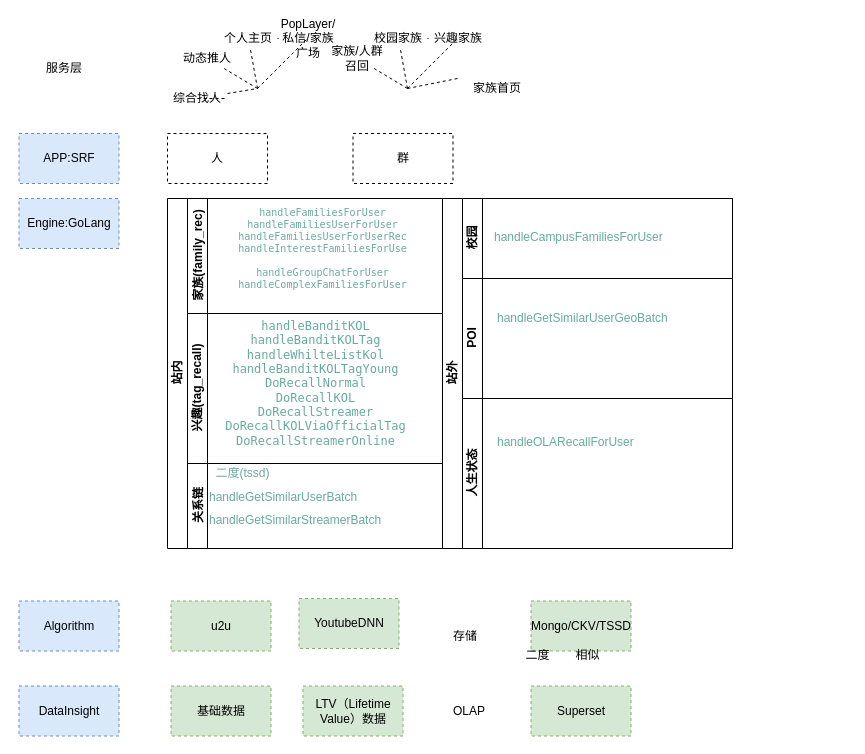
Before: Untitled Diagram.drawio in litaohz/misc, a draw.io diagram. Source tidied: cells renumbered, new cells numbered last; positions are measured from the earlier drawing's top-left corner, leaving out a move shared by most shapes. Both pictures are drawn from the tidied source at 100%, with x=0, y=0 at pixel (19, 28).
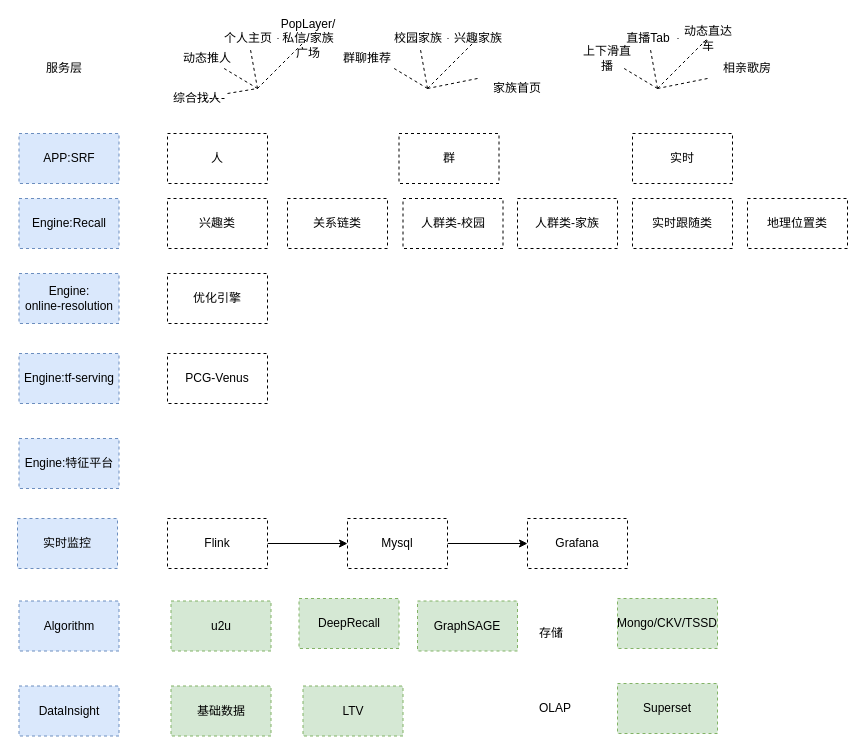
The same diagram, later.

Unchanged cells that the change refers to:
```xml
<mxCell id="21" style="group;" parent="1" vertex="1">
  <mxGeometry x="298" width="171" height="80" as="geometry" />
</mxCell>
```

Diff of the diagram source:
```diff
@@
     <mxCell id="2" value="群" style="rounded=0;whiteSpace=wrap;html=1;dashed=1;" parent="1" vertex="1">
-      <mxGeometry x="333.5" y="105" width="100" height="50" as="geometry" />
+      <mxGeometry x="379.5" y="105" width="100" height="50" as="geometry" />
     </mxCell>
@@
     <mxCell id="4" value="存储" style="text;html=1;align=left;verticalAlign=top;spacingTop=-4;" parent="1" vertex="1">
-      <mxGeometry x="431.5" y="597.5" width="40" height="20" as="geometry" />
+      <mxGeometry x="518" y="595" width="40" height="20" as="geometry" />
     </mxCell>
@@
-    <mxCell id="20" value="YoutubeDNN" style="rounded=0;whiteSpace=wrap;html=1;dashed=1;fillColor=#d5e8d4;strokeColor=#82b366;" parent="1" vertex="1">
+    <mxCell id="20" value="DeepRecall" style="rounded=0;whiteSpace=wrap;html=1;dashed=1;fillColor=#d5e8d4;strokeColor=#82b366;" parent="1" vertex="1">
       <mxGeometry x="279.5" y="570" width="100" height="50" as="geometry" />
     </mxCell>
@@
-    <mxCell id="22" style="endArrow=none;dashed=1;html=1;" parent="21" edge="1" source="27">
-      <mxGeometry relative="1" as="geometry">
-        <mxPoint x="30" y="40" as="targetPoint" />
-      </mxGeometry>
-    </mxCell>
-    <mxCell id="23" style="endArrow=none;dashed=1;html=1;" parent="21" edge="1" source="29">
-      <mxGeometry relative="1" as="geometry">
-        <mxPoint x="110" y="10" as="targetPoint" />
-      </mxGeometry>
-    </mxCell>
-    <mxCell id="24" style="endArrow=none;dashed=1;html=1;" parent="21" edge="1">
-      <mxGeometry relative="1" as="geometry">
-        <mxPoint x="90" y="60" as="sourcePoint" />
-        <mxPoint x="140" y="10" as="targetPoint" />
-      </mxGeometry>
-    </mxCell>
-    <mxCell id="25" style="endArrow=none;dashed=1;html=1;" parent="21" edge="1">
-      <mxGeometry relative="1" as="geometry">
-        <mxPoint x="140" y="50" as="sourcePoint" />
-        <mxPoint x="90" y="60" as="targetPoint" />
-      </mxGeometry>
-    </mxCell>
-    <mxCell id="26" value="兴趣家族" style="text;html=1;strokeColor=none;fillColor=none;align=center;verticalAlign=middle;whiteSpace=wrap;rounded=0;" parent="21" vertex="1">
-      <mxGeometry x="111" width="60" height="20" as="geometry" />
-    </mxCell>
-    <mxCell id="27" value="家族/人群召回" style="text;html=1;strokeColor=none;fillColor=none;align=center;verticalAlign=middle;whiteSpace=wrap;rounded=0;" parent="21" vertex="1">
-      <mxGeometry x="10" y="20" width="60" height="20" as="geometry" />
+    <mxCell id="27" value="群聊推荐" style="text;html=1;strokeColor=none;fillColor=none;align=center;verticalAlign=middle;whiteSpace=wrap;rounded=0;" parent="21" vertex="1">
+      <mxGeometry x="20" y="20" width="60" height="20" as="geometry" />
     </mxCell>
-    <mxCell id="28" style="endArrow=none;dashed=1;html=1;" parent="21" edge="1" target="27">
-      <mxGeometry relative="1" as="geometry">
-        <mxPoint x="90" y="60" as="sourcePoint" />
-      </mxGeometry>
-    </mxCell>
-    <mxCell id="29" value="校园家族" style="text;html=1;strokeColor=none;fillColor=none;align=center;verticalAlign=middle;whiteSpace=wrap;rounded=0;" parent="21" vertex="1">
-      <mxGeometry x="51" width="60" height="20" as="geometry" />
-    </mxCell>
-    <mxCell id="30" style="endArrow=none;dashed=1;html=1;" parent="21" edge="1" target="29">
-      <mxGeometry relative="1" as="geometry">
-        <mxPoint x="90" y="60" as="sourcePoint" />
-      </mxGeometry>
-    </mxCell>
-    <mxCell id="31" value="家族首页" style="text;html=1;strokeColor=none;fillColor=none;align=center;verticalAlign=middle;whiteSpace=wrap;rounded=0;" parent="1" vertex="1">
-      <mxGeometry x="448" y="50" width="60" height="20" as="geometry" />
-    </mxCell>
-    <mxCell id="32" value="LTV（Lifetime Value）数据" style="rounded=0;whiteSpace=wrap;html=1;dashed=1;fillColor=#d5e8d4;strokeColor=#82b366;" parent="1" vertex="1">
+    <mxCell id="32" value="LTV" style="rounded=0;whiteSpace=wrap;html=1;dashed=1;fillColor=#d5e8d4;strokeColor=#82b366;" parent="1" vertex="1">
       <mxGeometry x="283.5" y="657.5" width="100" height="50" as="geometry" />
     </mxCell>
     <mxCell id="33" value="Mongo/CKV/TSSD" style="rounded=0;whiteSpace=wrap;html=1;dashed=1;fillColor=#d5e8d4;strokeColor=#82b366;" parent="1" vertex="1">
-      <mxGeometry x="511.5" y="572.5" width="100" height="50" as="geometry" />
+      <mxGeometry x="598" y="570" width="100" height="50" as="geometry" />
     </mxCell>
     <mxCell id="34" value="OLAP" style="text;html=1;align=left;verticalAlign=top;spacingTop=-4;" parent="1" vertex="1">
-      <mxGeometry x="431.5" y="672.5" width="50" height="20" as="geometry" />
+      <mxGeometry x="518" y="670" width="50" height="20" as="geometry" />
     </mxCell>
     <mxCell id="35" value="Superset" style="rounded=0;whiteSpace=wrap;html=1;dashed=1;fillColor=#d5e8d4;strokeColor=#82b366;" parent="1" vertex="1">
-      <mxGeometry x="511.5" y="657.5" width="100" height="50" as="geometry" />
+      <mxGeometry x="598" y="655" width="100" height="50" as="geometry" />
     </mxCell>
@@
-    <mxCell id="37" value="Engine:GoLang" style="rounded=0;whiteSpace=wrap;html=1;dashed=1;fillColor=#dae8fc;strokeColor=#6c8ebf;" parent="1" vertex="1">
+    <mxCell id="37" value="Engine:Recall" style="rounded=0;whiteSpace=wrap;html=1;dashed=1;fillColor=#dae8fc;strokeColor=#6c8ebf;" parent="1" vertex="1">
       <mxGeometry x="-0.5" y="170" width="100" height="50" as="geometry" />
     </mxCell>
-    <mxCell id="38" value="站内" style="swimlane;html=1;horizontal=0;startSize=20;" parent="1" vertex="1">
-      <mxGeometry x="148" y="170" width="275" height="350" as="geometry" />
-    </mxCell>
-    <mxCell id="39" value="家族(family_rec)" style="swimlane;html=1;startSize=20;horizontal=0;" parent="38" vertex="1">
-      <mxGeometry x="20" width="255" height="115" as="geometry" />
-    </mxCell>
-    <mxCell id="40" value="&lt;pre style=&quot;background-color: rgb(255 , 255 , 255) ; font-family: &amp;#34;menlo&amp;#34; ; font-size: 10px&quot;&gt;&lt;font color=&quot;#67ab9f&quot;&gt;&lt;span style=&quot;font-size: 10px&quot;&gt;handleFamiliesForUser&lt;/span&gt;&lt;span style=&quot;font-size: 10px&quot;&gt;&lt;br style=&quot;font-size: 10px&quot;&gt;&lt;/span&gt;&lt;span style=&quot;font-size: 10px&quot;&gt;handleFamiliesUserForUser&lt;/span&gt;&lt;span style=&quot;font-size: 10px&quot;&gt;&lt;br style=&quot;font-size: 10px&quot;&gt;&lt;/span&gt;&lt;span style=&quot;font-size: 10px&quot;&gt;handleFamiliesUserForUserRec&lt;/span&gt;&lt;span style=&quot;font-size: 10px&quot;&gt;&lt;br style=&quot;font-size: 10px&quot;&gt;&lt;/span&gt;&lt;span style=&quot;font-size: 10px&quot;&gt;handleInterestFamiliesForUse&lt;/span&gt;&lt;span style=&quot;font-size: 10px&quot;&gt;&lt;br style=&quot;font-size: 10px&quot;&gt;&lt;/span&gt;&lt;span style=&quot;font-size: 10px&quot;&gt;&lt;br style=&quot;font-size: 10px&quot;&gt;&lt;/span&gt;&lt;span style=&quot;font-size: 10px&quot;&gt;handleGroupChatForUser&lt;/span&gt;&lt;span style=&quot;font-size: 10px&quot;&gt;&lt;br style=&quot;font-size: 10px&quot;&gt;&lt;/span&gt;&lt;span style=&quot;font-size: 10px&quot;&gt;handleComplexFamiliesForUser&lt;/span&gt;&lt;/font&gt;&lt;/pre&gt;" style="text;html=1;align=center;verticalAlign=middle;" parent="39" vertex="1">
-      <mxGeometry x="24.5" y="-15" width="220" height="130" as="geometry" />
-    </mxCell>
-    <mxCell id="41" value="兴趣(tag_recall)" style="swimlane;html=1;startSize=20;horizontal=0;" parent="38" vertex="1">
-      <mxGeometry x="20" y="115" width="255" height="150" as="geometry" />
-    </mxCell>
-    <mxCell id="42" value="&lt;pre style=&quot;background-color: rgb(255 , 255 , 255) ; font-family: &amp;#34;menlo&amp;#34; ; font-size: 10px&quot;&gt;&lt;pre style=&quot;font-family: &amp;#34;menlo&amp;#34; ; font-size: 10.5pt&quot;&gt;&lt;pre style=&quot;font-family: &amp;#34;menlo&amp;#34; ; font-size: 12px&quot;&gt;&lt;font color=&quot;#67ab9f&quot; style=&quot;font-size: 12px&quot;&gt;handleBanditKOL&lt;br&gt;handleBanditKOLTag&lt;br&gt;handleWhilteListKol&lt;br&gt;handleBanditKOLTagYoung&lt;br&gt;DoRecallNormal&lt;br&gt;DoRecallKOL&lt;br&gt;DoRecallStreamer&lt;br&gt;DoRecallKOLViaOfficialTag&lt;br&gt;DoRecallStreamerOnline&lt;/font&gt;&lt;/pre&gt;&lt;/pre&gt;&lt;/pre&gt;" style="text;html=1;align=center;verticalAlign=middle;" parent="41" vertex="1">
-      <mxGeometry x="27.5" y="-10" width="200" height="160" as="geometry" />
-    </mxCell>
-    <mxCell id="43" value="关系链" style="swimlane;html=1;startSize=20;horizontal=0;" parent="38" vertex="1">
-      <mxGeometry x="20" y="265" width="255" height="85" as="geometry" />
-    </mxCell>
-    <mxCell id="44" value="&lt;font color=&quot;#67ab9f&quot;&gt;二度(tssd)&lt;/font&gt;" style="text;html=1;align=center;verticalAlign=middle;" parent="43" vertex="1">
-      <mxGeometry x="20" width="70" height="20" as="geometry" />
-    </mxCell>
-    <mxCell id="45" value="&lt;font color=&quot;#67ab9f&quot;&gt;handleGetSimilarUserBatch&lt;/font&gt;" style="text;html=1;" parent="43" vertex="1">
-      <mxGeometry x="20" y="20" width="170" height="30" as="geometry" />
-    </mxCell>
-    <mxCell id="46" value="&lt;font color=&quot;#67ab9f&quot;&gt;handleGetSimilarStreamerBatch&lt;/font&gt;" style="text;html=1;" parent="43" vertex="1">
-      <mxGeometry x="20" y="42.5" width="170" height="30" as="geometry" />
-    </mxCell>
-    <mxCell id="47" value="站外" style="swimlane;html=1;horizontal=0;startSize=20;" parent="1" vertex="1">
-      <mxGeometry x="423" y="170" width="290" height="350" as="geometry" />
-    </mxCell>
-    <mxCell id="48" value="校园" style="swimlane;html=1;startSize=20;horizontal=0;" parent="47" vertex="1">
-      <mxGeometry x="20" width="270" height="80" as="geometry" />
-    </mxCell>
-    <mxCell id="49" value="&lt;font color=&quot;#67ab9f&quot;&gt;handleCampusFamiliesForUser&lt;/font&gt;" style="text;html=1;" parent="48" vertex="1">
-      <mxGeometry x="29.5" y="25" width="190" height="30" as="geometry" />
-    </mxCell>
-    <mxCell id="50" value="POI" style="swimlane;html=1;startSize=20;horizontal=0;" parent="47" vertex="1">
-      <mxGeometry x="20" y="80" width="270" height="120" as="geometry" />
-    </mxCell>
-    <mxCell id="51" value="&lt;font color=&quot;#67ab9f&quot;&gt;handleGetSimilarUserGeoBatch&lt;/font&gt;" style="text;html=1;" parent="50" vertex="1">
-      <mxGeometry x="33" y="26" width="200" height="30" as="geometry" />
-    </mxCell>
-    <mxCell id="52" value="人生状态" style="swimlane;html=1;startSize=20;horizontal=0;" parent="47" vertex="1">
-      <mxGeometry x="20" y="200" width="270" height="150" as="geometry" />
-    </mxCell>
-    <mxCell id="53" value="二度" style="text;html=1;align=center;verticalAlign=middle;" parent="52" vertex="1">
-      <mxGeometry x="54.5" y="246.5" width="40" height="20" as="geometry" />
-    </mxCell>
-    <mxCell id="54" value="相似" style="text;html=1;align=center;verticalAlign=middle;" parent="52" vertex="1">
-      <mxGeometry x="104.5" y="246.5" width="40" height="20" as="geometry" />
-    </mxCell>
-    <mxCell id="55" value="&lt;font color=&quot;#67ab9f&quot;&gt;handleOLARecallForUser&lt;/font&gt;" style="text;html=1;" parent="52" vertex="1">
-      <mxGeometry x="33" y="30" width="160" height="30" as="geometry" />
-    </mxCell>
@@
+    <mxCell id="58" value="GraphSAGE" style="rounded=0;whiteSpace=wrap;html=1;dashed=1;fillColor=#d5e8d4;strokeColor=#82b366;" parent="1" vertex="1">
+      <mxGeometry x="398" y="572.5" width="100" height="50" as="geometry" />
+    </mxCell>
+    <mxCell id="59" value="实时" style="rounded=0;whiteSpace=wrap;html=1;dashed=1;" parent="1" vertex="1">
+      <mxGeometry x="613" y="105" width="100" height="50" as="geometry" />
+    </mxCell>
+    <mxCell id="60" value="Engine:tf-serving" style="rounded=0;whiteSpace=wrap;html=1;dashed=1;fillColor=#dae8fc;strokeColor=#6c8ebf;" parent="1" vertex="1">
+      <mxGeometry x="-0.5" y="325" width="100" height="50" as="geometry" />
+    </mxCell>
+    <mxCell id="61" value="Engine:特征平台" style="rounded=0;whiteSpace=wrap;html=1;dashed=1;fillColor=#dae8fc;strokeColor=#6c8ebf;" parent="1" vertex="1">
+      <mxGeometry x="-0.5" y="410" width="100" height="50" as="geometry" />
+    </mxCell>
+    <mxCell id="62" style="group;" parent="1" vertex="1">
+      <mxGeometry x="548" width="171" height="80" as="geometry" />
+    </mxCell>
+    <mxCell id="63" style="endArrow=none;dashed=1;html=1;" parent="62" edge="1" source="68">
+      <mxGeometry relative="1" as="geometry">
+        <mxPoint x="30" y="40" as="targetPoint" />
+      </mxGeometry>
+    </mxCell>
+    <mxCell id="64" style="endArrow=none;dashed=1;html=1;" parent="62" edge="1" source="70">
+      <mxGeometry relative="1" as="geometry">
+        <mxPoint x="110" y="10" as="targetPoint" />
+      </mxGeometry>
+    </mxCell>
+    <mxCell id="65" style="endArrow=none;dashed=1;html=1;" parent="62" edge="1">
+      <mxGeometry relative="1" as="geometry">
+        <mxPoint x="90" y="60" as="sourcePoint" />
+        <mxPoint x="140" y="10" as="targetPoint" />
+      </mxGeometry>
+    </mxCell>
+    <mxCell id="66" style="endArrow=none;dashed=1;html=1;" parent="62" edge="1">
+      <mxGeometry relative="1" as="geometry">
+        <mxPoint x="140" y="50" as="sourcePoint" />
+        <mxPoint x="90" y="60" as="targetPoint" />
+      </mxGeometry>
+    </mxCell>
+    <mxCell id="67" value="动态直达车" style="text;html=1;strokeColor=none;fillColor=none;align=center;verticalAlign=middle;whiteSpace=wrap;rounded=0;" parent="62" vertex="1">
+      <mxGeometry x="111" width="60" height="20" as="geometry" />
+    </mxCell>
+    <mxCell id="68" value="上下滑直播" style="text;html=1;strokeColor=none;fillColor=none;align=center;verticalAlign=middle;whiteSpace=wrap;rounded=0;" parent="62" vertex="1">
+      <mxGeometry x="10" y="20" width="60" height="20" as="geometry" />
+    </mxCell>
+    <mxCell id="69" style="endArrow=none;dashed=1;html=1;" parent="62" edge="1" target="68">
+      <mxGeometry relative="1" as="geometry">
+        <mxPoint x="90" y="60" as="sourcePoint" />
+      </mxGeometry>
+    </mxCell>
+    <mxCell id="70" value="直播Tab" style="text;html=1;strokeColor=none;fillColor=none;align=center;verticalAlign=middle;whiteSpace=wrap;rounded=0;" parent="62" vertex="1">
+      <mxGeometry x="51" width="60" height="20" as="geometry" />
+    </mxCell>
+    <mxCell id="71" style="endArrow=none;dashed=1;html=1;" parent="62" edge="1" target="70">
+      <mxGeometry relative="1" as="geometry">
+        <mxPoint x="90" y="60" as="sourcePoint" />
+      </mxGeometry>
+    </mxCell>
+    <mxCell id="72" value="Engine:&lt;br&gt;online-resolution" style="rounded=0;whiteSpace=wrap;html=1;dashed=1;fillColor=#dae8fc;strokeColor=#6c8ebf;" parent="1" vertex="1">
+      <mxGeometry x="-0.5" y="245" width="100" height="50" as="geometry" />
+    </mxCell>
+    <mxCell id="73" value="实时监控" style="rounded=0;whiteSpace=wrap;html=1;dashed=1;fillColor=#dae8fc;strokeColor=#6c8ebf;" parent="1" vertex="1">
+      <mxGeometry x="-2" y="490" width="100" height="50" as="geometry" />
+    </mxCell>
+    <mxCell id="74" value="相亲歌房" style="text;html=1;strokeColor=none;fillColor=none;align=center;verticalAlign=middle;whiteSpace=wrap;rounded=0;" parent="1" vertex="1">
+      <mxGeometry x="698" y="30" width="60" height="20" as="geometry" />
+    </mxCell>
+    <mxCell id="75" value="兴趣类" style="rounded=0;whiteSpace=wrap;html=1;dashed=1;" parent="1" vertex="1">
+      <mxGeometry x="148" y="170" width="100" height="50" as="geometry" />
+    </mxCell>
+    <mxCell id="76" value="关系链类" style="rounded=0;whiteSpace=wrap;html=1;dashed=1;" parent="1" vertex="1">
+      <mxGeometry x="268" y="170" width="100" height="50" as="geometry" />
+    </mxCell>
+    <mxCell id="77" value="实时跟随类" style="rounded=0;whiteSpace=wrap;html=1;dashed=1;" parent="1" vertex="1">
+      <mxGeometry x="613" y="170" width="100" height="50" as="geometry" />
+    </mxCell>
+    <mxCell id="78" value="人群类-校园" style="rounded=0;whiteSpace=wrap;html=1;dashed=1;" parent="1" vertex="1">
+      <mxGeometry x="383.5" y="170" width="100" height="50" as="geometry" />
+    </mxCell>
+    <mxCell id="79" value="人群类-家族" style="rounded=0;whiteSpace=wrap;html=1;dashed=1;" parent="1" vertex="1">
+      <mxGeometry x="498" y="170" width="100" height="50" as="geometry" />
+    </mxCell>
+    <mxCell id="22" style="endArrow=none;dashed=1;html=1;" parent="1" edge="1">
+      <mxGeometry relative="1" as="geometry">
+        <mxPoint x="348" y="40" as="sourcePoint" />
+        <mxPoint x="348" y="40" as="targetPoint" />
+      </mxGeometry>
+    </mxCell>
+    <mxCell id="23" style="endArrow=none;dashed=1;html=1;" parent="1" edge="1" source="29">
+      <mxGeometry relative="1" as="geometry">
+        <mxPoint x="428" y="10" as="targetPoint" />
+      </mxGeometry>
+    </mxCell>
+    <mxCell id="24" style="endArrow=none;dashed=1;html=1;" parent="1" edge="1">
+      <mxGeometry relative="1" as="geometry">
+        <mxPoint x="408" y="60" as="sourcePoint" />
+        <mxPoint x="458" y="10" as="targetPoint" />
+      </mxGeometry>
+    </mxCell>
+    <mxCell id="25" style="endArrow=none;dashed=1;html=1;" parent="1" edge="1">
+      <mxGeometry relative="1" as="geometry">
+        <mxPoint x="458" y="50" as="sourcePoint" />
+        <mxPoint x="408" y="60" as="targetPoint" />
+      </mxGeometry>
+    </mxCell>
+    <mxCell id="26" value="兴趣家族" style="text;html=1;strokeColor=none;fillColor=none;align=center;verticalAlign=middle;whiteSpace=wrap;rounded=0;" parent="1" vertex="1">
+      <mxGeometry x="429" width="60" height="20" as="geometry" />
+    </mxCell>
+    <mxCell id="28" style="endArrow=none;dashed=1;html=1;" parent="1" edge="1">
+      <mxGeometry relative="1" as="geometry">
+        <mxPoint x="408" y="60" as="sourcePoint" />
+        <mxPoint x="374.7" y="40" as="targetPoint" />
+      </mxGeometry>
+    </mxCell>
+    <mxCell id="29" value="校园家族" style="text;html=1;strokeColor=none;fillColor=none;align=center;verticalAlign=middle;whiteSpace=wrap;rounded=0;" parent="1" vertex="1">
+      <mxGeometry x="369" width="60" height="20" as="geometry" />
+    </mxCell>
+    <mxCell id="30" style="endArrow=none;dashed=1;html=1;" parent="1" edge="1" target="29">
+      <mxGeometry relative="1" as="geometry">
+        <mxPoint x="408" y="60" as="sourcePoint" />
+      </mxGeometry>
+    </mxCell>
+    <mxCell id="31" value="家族首页" style="text;html=1;strokeColor=none;fillColor=none;align=center;verticalAlign=middle;whiteSpace=wrap;rounded=0;" parent="1" vertex="1">
+      <mxGeometry x="468" y="50" width="60" height="20" as="geometry" />
+    </mxCell>
+    <mxCell id="80" value="地理位置类" style="rounded=0;whiteSpace=wrap;html=1;dashed=1;" parent="1" vertex="1">
+      <mxGeometry x="728" y="170" width="100" height="50" as="geometry" />
+    </mxCell>
+    <mxCell id="81" value="优化引擎" style="rounded=0;whiteSpace=wrap;html=1;dashed=1;" parent="1" vertex="1">
+      <mxGeometry x="148" y="245" width="100" height="50" as="geometry" />
+    </mxCell>
+    <mxCell id="82" value="PCG-Venus" style="rounded=0;whiteSpace=wrap;html=1;dashed=1;" parent="1" vertex="1">
+      <mxGeometry x="148" y="325" width="100" height="50" as="geometry" />
+    </mxCell>
+    <mxCell id="83" style="edgeStyle=orthogonalEdgeStyle;rounded=0;jettySize=auto;html=1;" parent="1" edge="1" source="84" target="86">
+      <mxGeometry relative="1" as="geometry" />
+    </mxCell>
+    <mxCell id="84" value="Flink" style="rounded=0;whiteSpace=wrap;html=1;dashed=1;" parent="1" vertex="1">
+      <mxGeometry x="148" y="490" width="100" height="50" as="geometry" />
+    </mxCell>
+    <mxCell id="85" style="edgeStyle=orthogonalEdgeStyle;rounded=0;jettySize=auto;html=1;" parent="1" edge="1" source="86" target="87">
+      <mxGeometry relative="1" as="geometry" />
+    </mxCell>
+    <mxCell id="86" value="Mysql" style="rounded=0;whiteSpace=wrap;html=1;dashed=1;" parent="1" vertex="1">
+      <mxGeometry x="328" y="490" width="100" height="50" as="geometry" />
+    </mxCell>
+    <mxCell id="87" value="Grafana" style="rounded=0;whiteSpace=wrap;html=1;dashed=1;" parent="1" vertex="1">
+      <mxGeometry x="508" y="490" width="100" height="50" as="geometry" />
+    </mxCell>
```
